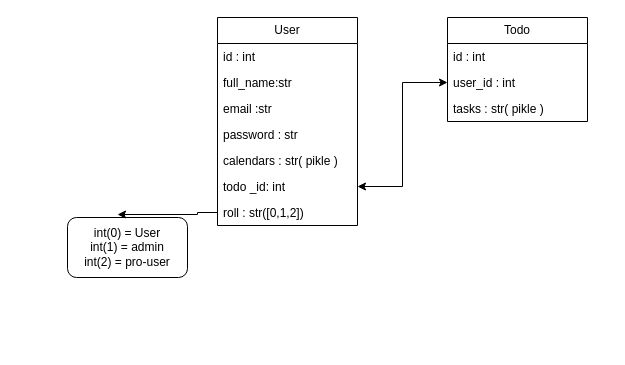
The draw.io diagram .Docts/Datebase.drawio in alireza01100011/PlanningWebApplication, before the edit. Source tidied: cells renumbered, new cells numbered last; positions are measured from the earlier drawing's top-left corner, leaving out a move shared by most shapes. Both pictures are drawn from the tidied source at 100%, with x=0, y=0 at pixel (67, 17).
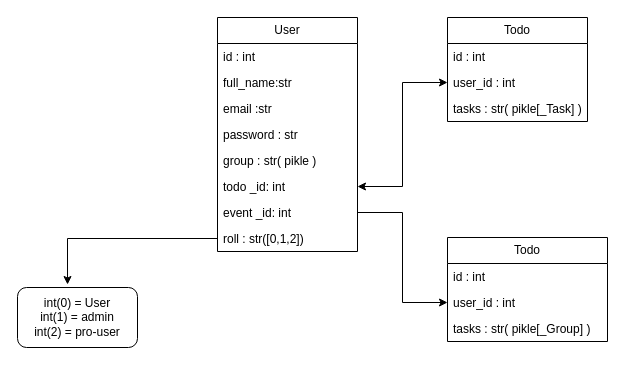
The same diagram, later.

Commit message:
update database Model

Unchanged cells that the change refers to:
```xml
<mxCell id="10" value="Todo" style="swimlane;fontStyle=0;horizontal=1;startSize=26;fillColor=none;whiteSpace=wrap;html=1;" parent="1" vertex="1">
  <mxGeometry x="380" width="140" height="104" as="geometry" />
</mxCell>
```

Change to the diagram source:
```diff
@@
     <mxCell id="2" value="User" style="swimlane;fontStyle=0;horizontal=1;startSize=26;fillColor=none;whiteSpace=wrap;html=1;" parent="1" vertex="1">
-      <mxGeometry x="150" width="140" height="208" as="geometry" />
+      <mxGeometry x="150" width="140" height="234" as="geometry" />
     </mxCell>
@@
-    <mxCell id="7" value="calendars&amp;nbsp;: str( pikle )" style="text;strokeColor=none;fillColor=none;align=left;verticalAlign=top;spacingLeft=4;spacingRight=4;overflow=hidden;whiteSpace=wrap;html=1;" parent="2" vertex="1">
+    <mxCell id="7" value="group&amp;nbsp;: str( pikle )" style="text;strokeColor=none;fillColor=none;align=left;verticalAlign=top;spacingLeft=4;spacingRight=4;overflow=hidden;whiteSpace=wrap;html=1;" parent="2" vertex="1">
       <mxGeometry y="130" width="140" height="26" as="geometry" />
     </mxCell>
@@
+    <mxCell id="17" value="event _id: int" style="text;strokeColor=none;fillColor=none;align=left;verticalAlign=top;spacingLeft=4;spacingRight=4;overflow=hidden;points=[[0,0.5],[1,0.5]];portConstraint=eastwest;whiteSpace=wrap;html=1;" parent="2" vertex="1">
+      <mxGeometry y="182" width="140" height="26" as="geometry" />
+    </mxCell>
     <mxCell id="9" value="roll : str([0,1,2])" style="text;strokeColor=none;fillColor=none;align=left;verticalAlign=top;spacingLeft=4;spacingRight=4;overflow=hidden;points=[[0,0.5],[1,0.5]];portConstraint=eastwest;whiteSpace=wrap;html=1;" parent="2" vertex="1">
-      <mxGeometry y="182" width="140" height="26" as="geometry" />
+      <mxGeometry y="208" width="140" height="26" as="geometry" />
     </mxCell>
@@
-    <mxCell id="13" value="tasks : str( pikle )" style="text;strokeColor=none;fillColor=none;align=left;verticalAlign=top;spacingLeft=4;spacingRight=4;overflow=hidden;whiteSpace=wrap;html=1;" parent="10" vertex="1">
+    <mxCell id="13" value="tasks : str( pikle[_Task] )" style="text;strokeColor=none;fillColor=none;align=left;verticalAlign=top;spacingLeft=4;spacingRight=4;overflow=hidden;whiteSpace=wrap;html=1;" parent="10" vertex="1">
       <mxGeometry y="78" width="140" height="26" as="geometry" />
     </mxCell>
@@
     <mxCell id="15" value="int(0) = User&lt;br&gt;int(1) = admin&lt;br&gt;int(2) = pro-user" style="rounded=1;whiteSpace=wrap;html=1;" parent="1" vertex="1">
-      <mxGeometry y="200" width="120" height="60" as="geometry" />
+      <mxGeometry x="-50" y="270" width="120" height="60" as="geometry" />
     </mxCell>
@@
+    <mxCell id="18" value="Todo" style="swimlane;fontStyle=0;horizontal=1;startSize=26;fillColor=none;whiteSpace=wrap;html=1;" parent="1" vertex="1">
+      <mxGeometry x="380" y="220" width="160" height="104" as="geometry" />
+    </mxCell>
+    <mxCell id="19" value="id : int&lt;span style=&quot;white-space: pre;&quot;&gt;&#9;&lt;/span&gt;" style="text;strokeColor=none;fillColor=none;align=left;verticalAlign=top;spacingLeft=4;spacingRight=4;overflow=hidden;whiteSpace=wrap;html=1;" parent="18" vertex="1">
+      <mxGeometry y="26" width="160" height="26" as="geometry" />
+    </mxCell>
+    <mxCell id="20" value="user_id : int" style="text;strokeColor=none;fillColor=none;align=left;verticalAlign=top;spacingLeft=4;spacingRight=4;overflow=hidden;points=[[0,0.5],[1,0.5]];portConstraint=eastwest;whiteSpace=wrap;html=1;" parent="18" vertex="1">
+      <mxGeometry y="52" width="160" height="26" as="geometry" />
+    </mxCell>
+    <mxCell id="21" value="tasks : str( pikle[_Group] )" style="text;strokeColor=none;fillColor=none;align=left;verticalAlign=top;spacingLeft=4;spacingRight=4;overflow=hidden;whiteSpace=wrap;html=1;" parent="18" vertex="1">
+      <mxGeometry y="78" width="160" height="26" as="geometry" />
+    </mxCell>
+    <mxCell id="22" style="edgeStyle=orthogonalEdgeStyle;rounded=0;jettySize=auto;html=1;entryX=0;entryY=0.5;entryDx=0;entryDy=0;" parent="1" edge="1" source="17" target="20">
+      <mxGeometry relative="1" as="geometry" />
+    </mxCell>
```
